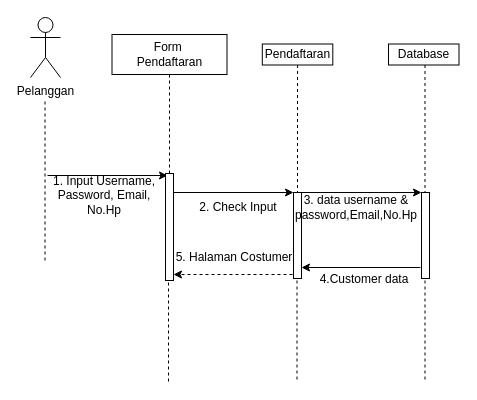
The draw.io diagram page "Sequence Guru Login" (4 of 14) of draw.io/Proyek-3.drawio in Tugas-Proyek-Polindra/proyek-3, before the edit. Source tidied: cells renumbered, new cells numbered last; positions are measured from the earlier drawing's top-left corner, leaving out a move shared by most shapes. Both pictures are drawn from the tidied source at 100%, with x=0, y=0 at pixel (30, 17).
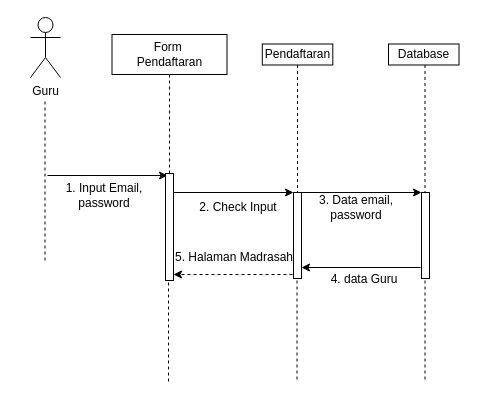
After the change.

What changed in the source:
```diff
@@
-    <mxCell id="2" value="Pelanggan" style="shape=umlActor;verticalLabelPosition=bottom;verticalAlign=top;html=1;" parent="1" vertex="1">
+    <mxCell id="2" value="Guru" style="shape=umlActor;verticalLabelPosition=bottom;verticalAlign=top;html=1;" parent="1" vertex="1">
       <mxGeometry width="30" height="60" as="geometry" />
     </mxCell>
@@
-    <mxCell id="4" value="1. Input Username,&lt;br&gt;Password, Email, No.Hp" style="text;html=1;strokeColor=none;fillColor=none;align=center;verticalAlign=middle;whiteSpace=wrap;rounded=0;" parent="1" vertex="1">
+    <mxCell id="4" value="1. Input Email, password" style="text;html=1;strokeColor=none;fillColor=none;align=center;verticalAlign=middle;whiteSpace=wrap;rounded=0;" parent="1" vertex="1">
       <mxGeometry x="9" y="168" width="130" height="20" as="geometry" />
     </mxCell>
@@
-    <mxCell id="15" value="5. Halaman Costumer" style="text;html=1;strokeColor=none;fillColor=none;align=center;verticalAlign=middle;whiteSpace=wrap;rounded=0;" parent="1" vertex="1">
+    <mxCell id="15" value="5. Halaman Madrasah" style="text;html=1;strokeColor=none;fillColor=none;align=center;verticalAlign=middle;whiteSpace=wrap;rounded=0;" parent="1" vertex="1">
       <mxGeometry x="139" y="230" width="130" height="20" as="geometry" />
     </mxCell>
@@
-    <mxCell id="23" value="3. data username &amp;amp; password,Email,No.Hp" style="text;html=1;strokeColor=none;fillColor=none;align=center;verticalAlign=middle;whiteSpace=wrap;rounded=0;" parent="1" vertex="1">
+    <mxCell id="23" value="3. Data email, password" style="text;html=1;strokeColor=none;fillColor=none;align=center;verticalAlign=middle;whiteSpace=wrap;rounded=0;" parent="1" vertex="1">
       <mxGeometry x="261" y="180" width="130" height="20" as="geometry" />
     </mxCell>
-    <mxCell id="24" value="4.Customer data" style="text;html=1;strokeColor=none;fillColor=none;align=center;verticalAlign=middle;whiteSpace=wrap;rounded=0;" parent="1" vertex="1">
+    <mxCell id="24" value="4. data Guru" style="text;html=1;strokeColor=none;fillColor=none;align=center;verticalAlign=middle;whiteSpace=wrap;rounded=0;" parent="1" vertex="1">
       <mxGeometry x="269" y="252" width="130" height="20" as="geometry" />
     </mxCell>
```
